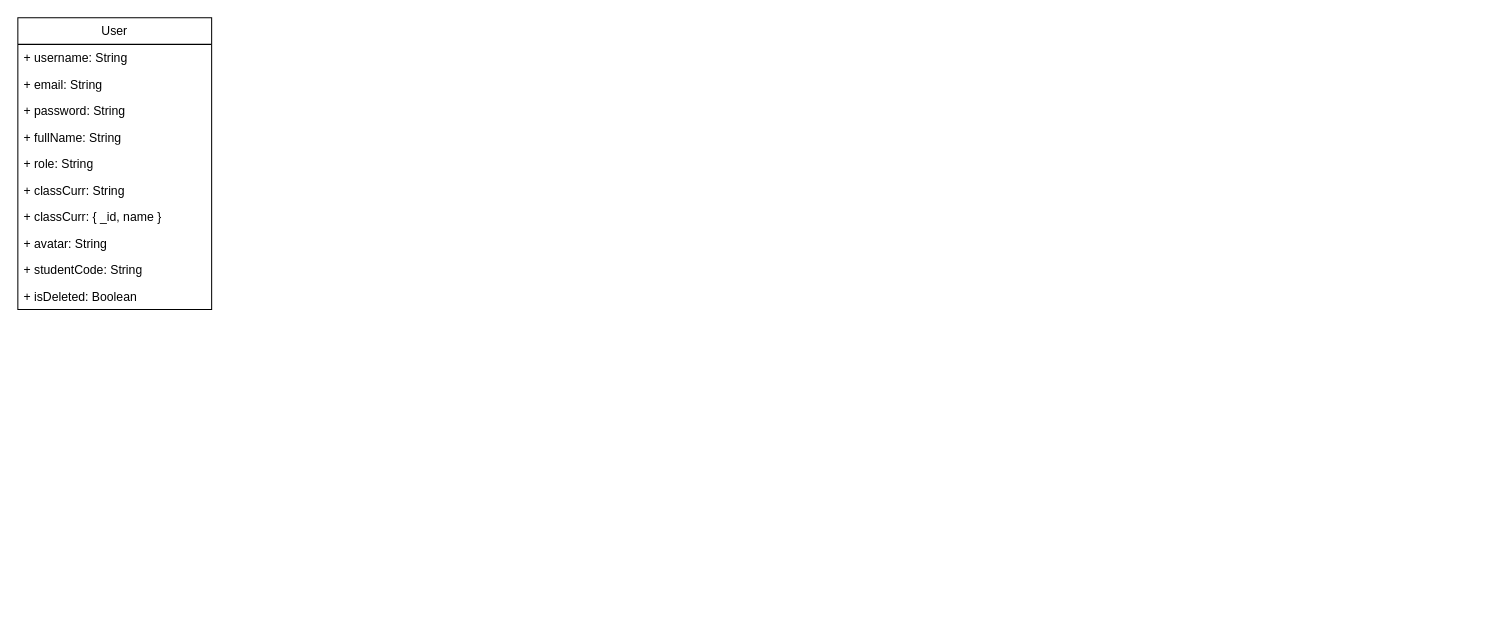
This is vnoi-db-schema.drawio from leho-dev/vnoi-db-schema, a draw.io file, before an edit. Source tidied: cells renumbered, new cells numbered last; positions are measured from the earlier drawing's top-left corner, leaving out a move shared by most shapes. Both pictures are drawn from the tidied source at 102%, with x=0, y=0 at pixel (17, 17).
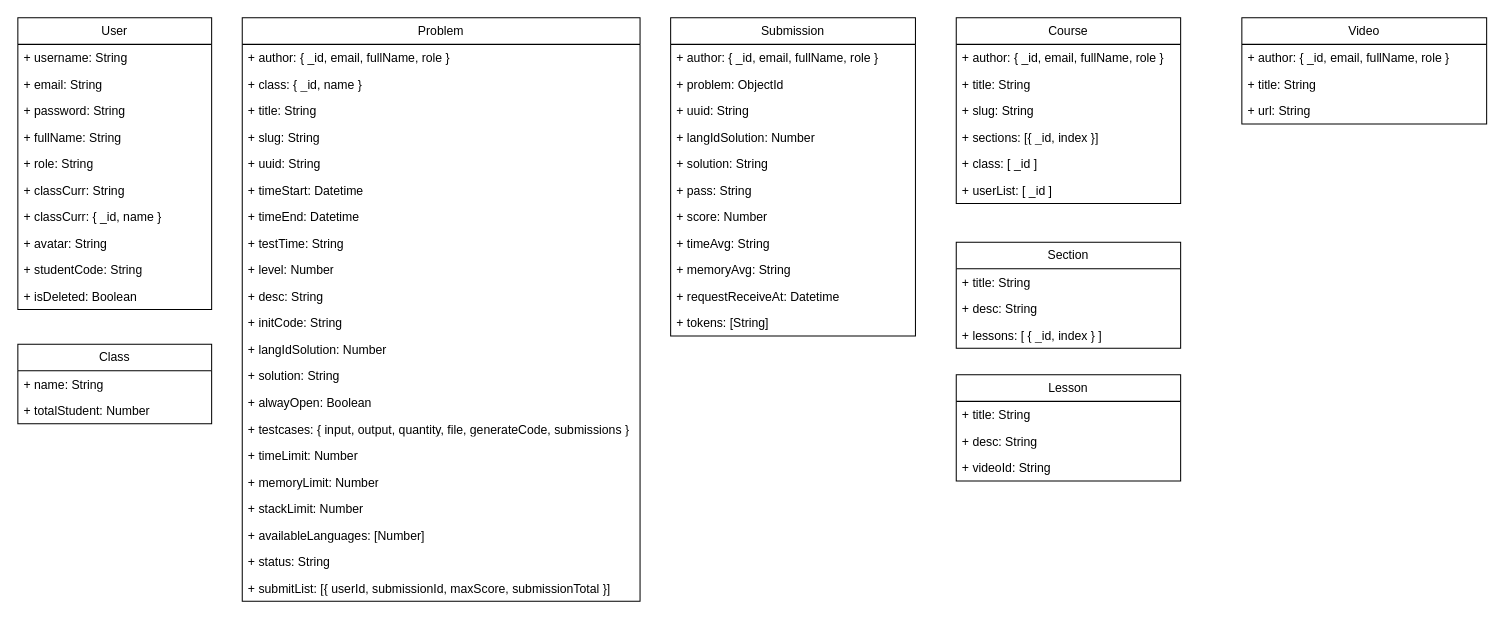
Above is the later version.

Change to the diagram source:
```diff
@@
+    <mxCell id="13" value="Class" style="swimlane;fontStyle=0;horizontal=1;startSize=26;fillColor=none;whiteSpace=wrap;html=1;" parent="1" vertex="1">
+      <mxGeometry y="320" width="190" height="78" as="geometry" />
+    </mxCell>
+    <mxCell id="14" value="+ name: String" style="text;strokeColor=none;fillColor=none;align=left;verticalAlign=top;spacingLeft=4;spacingRight=4;overflow=hidden;whiteSpace=wrap;html=1;" parent="13" vertex="1">
+      <mxGeometry y="26" width="190" height="26" as="geometry" />
+    </mxCell>
+    <mxCell id="15" value="+ totalStudent: Number" style="text;strokeColor=none;fillColor=none;align=left;verticalAlign=top;spacingLeft=4;spacingRight=4;overflow=hidden;whiteSpace=wrap;html=1;" parent="13" vertex="1">
+      <mxGeometry y="52" width="190" height="26" as="geometry" />
+    </mxCell>
+    <mxCell id="16" value="Problem" style="swimlane;fontStyle=0;horizontal=1;startSize=26;fillColor=none;whiteSpace=wrap;html=1;" parent="1" vertex="1">
+      <mxGeometry x="220" width="390" height="572" as="geometry" />
+    </mxCell>
+    <mxCell id="17" value="+ author: { _id, email, fullName, role }" style="text;strokeColor=none;fillColor=none;align=left;verticalAlign=top;spacingLeft=4;spacingRight=4;overflow=hidden;whiteSpace=wrap;html=1;" parent="16" vertex="1">
+      <mxGeometry y="26" width="390" height="26" as="geometry" />
+    </mxCell>
+    <mxCell id="18" value="+ class: { _id, name }" style="text;strokeColor=none;fillColor=none;align=left;verticalAlign=top;spacingLeft=4;spacingRight=4;overflow=hidden;whiteSpace=wrap;html=1;" parent="16" vertex="1">
+      <mxGeometry y="52" width="390" height="26" as="geometry" />
+    </mxCell>
+    <mxCell id="19" value="+ title: String" style="text;strokeColor=none;fillColor=none;align=left;verticalAlign=top;spacingLeft=4;spacingRight=4;overflow=hidden;whiteSpace=wrap;html=1;" parent="16" vertex="1">
+      <mxGeometry y="78" width="390" height="26" as="geometry" />
+    </mxCell>
+    <mxCell id="20" value="+ slug: String" style="text;strokeColor=none;fillColor=none;align=left;verticalAlign=top;spacingLeft=4;spacingRight=4;overflow=hidden;whiteSpace=wrap;html=1;" parent="16" vertex="1">
+      <mxGeometry y="104" width="390" height="26" as="geometry" />
+    </mxCell>
+    <mxCell id="21" value="+ uuid: String" style="text;strokeColor=none;fillColor=none;align=left;verticalAlign=top;spacingLeft=4;spacingRight=4;overflow=hidden;whiteSpace=wrap;html=1;" parent="16" vertex="1">
+      <mxGeometry y="130" width="390" height="26" as="geometry" />
+    </mxCell>
+    <mxCell id="22" value="+ timeStart: Datetime" style="text;strokeColor=none;fillColor=none;align=left;verticalAlign=top;spacingLeft=4;spacingRight=4;overflow=hidden;whiteSpace=wrap;html=1;" parent="16" vertex="1">
+      <mxGeometry y="156" width="390" height="26" as="geometry" />
+    </mxCell>
+    <mxCell id="23" value="+ timeEnd: Datetime" style="text;strokeColor=none;fillColor=none;align=left;verticalAlign=top;spacingLeft=4;spacingRight=4;overflow=hidden;whiteSpace=wrap;html=1;" parent="16" vertex="1">
+      <mxGeometry y="182" width="390" height="26" as="geometry" />
+    </mxCell>
+    <mxCell id="24" value="+ testTime: String" style="text;strokeColor=none;fillColor=none;align=left;verticalAlign=top;spacingLeft=4;spacingRight=4;overflow=hidden;whiteSpace=wrap;html=1;" parent="16" vertex="1">
+      <mxGeometry y="208" width="390" height="26" as="geometry" />
+    </mxCell>
+    <mxCell id="25" value="+ level: Number" style="text;strokeColor=none;fillColor=none;align=left;verticalAlign=top;spacingLeft=4;spacingRight=4;overflow=hidden;whiteSpace=wrap;html=1;" parent="16" vertex="1">
+      <mxGeometry y="234" width="390" height="26" as="geometry" />
+    </mxCell>
+    <mxCell id="26" value="+ desc: String" style="text;strokeColor=none;fillColor=none;align=left;verticalAlign=top;spacingLeft=4;spacingRight=4;overflow=hidden;whiteSpace=wrap;html=1;" parent="16" vertex="1">
+      <mxGeometry y="260" width="390" height="26" as="geometry" />
+    </mxCell>
+    <mxCell id="27" value="+ initCode: String" style="text;strokeColor=none;fillColor=none;align=left;verticalAlign=top;spacingLeft=4;spacingRight=4;overflow=hidden;whiteSpace=wrap;html=1;" parent="16" vertex="1">
+      <mxGeometry y="286" width="390" height="26" as="geometry" />
+    </mxCell>
+    <mxCell id="28" value="+ langIdSolution: Number" style="text;strokeColor=none;fillColor=none;align=left;verticalAlign=top;spacingLeft=4;spacingRight=4;overflow=hidden;whiteSpace=wrap;html=1;" parent="16" vertex="1">
+      <mxGeometry y="312" width="390" height="26" as="geometry" />
+    </mxCell>
+    <mxCell id="29" value="+ solution: String" style="text;strokeColor=none;fillColor=none;align=left;verticalAlign=top;spacingLeft=4;spacingRight=4;overflow=hidden;whiteSpace=wrap;html=1;" parent="16" vertex="1">
+      <mxGeometry y="338" width="390" height="26" as="geometry" />
+    </mxCell>
+    <mxCell id="30" value="+ alwayOpen: Boolean" style="text;strokeColor=none;fillColor=none;align=left;verticalAlign=top;spacingLeft=4;spacingRight=4;overflow=hidden;whiteSpace=wrap;html=1;" parent="16" vertex="1">
+      <mxGeometry y="364" width="390" height="26" as="geometry" />
+    </mxCell>
+    <mxCell id="31" value="+ testcases: { input, output, quantity, file, generateCode, submissions }" style="text;strokeColor=none;fillColor=none;align=left;verticalAlign=top;spacingLeft=4;spacingRight=4;overflow=hidden;whiteSpace=wrap;html=1;" parent="16" vertex="1">
+      <mxGeometry y="390" width="390" height="26" as="geometry" />
+    </mxCell>
+    <mxCell id="32" value="+ timeLimit: Number" style="text;strokeColor=none;fillColor=none;align=left;verticalAlign=top;spacingLeft=4;spacingRight=4;overflow=hidden;whiteSpace=wrap;html=1;" parent="16" vertex="1">
+      <mxGeometry y="416" width="390" height="26" as="geometry" />
+    </mxCell>
+    <mxCell id="33" value="+ memoryLimit: Number" style="text;strokeColor=none;fillColor=none;align=left;verticalAlign=top;spacingLeft=4;spacingRight=4;overflow=hidden;whiteSpace=wrap;html=1;" parent="16" vertex="1">
+      <mxGeometry y="442" width="390" height="26" as="geometry" />
+    </mxCell>
+    <mxCell id="34" value="+ stackLimit: Number" style="text;strokeColor=none;fillColor=none;align=left;verticalAlign=top;spacingLeft=4;spacingRight=4;overflow=hidden;whiteSpace=wrap;html=1;" parent="16" vertex="1">
+      <mxGeometry y="468" width="390" height="26" as="geometry" />
+    </mxCell>
+    <mxCell id="35" value="+ availableLanguages: [Number]" style="text;strokeColor=none;fillColor=none;align=left;verticalAlign=top;spacingLeft=4;spacingRight=4;overflow=hidden;whiteSpace=wrap;html=1;" parent="16" vertex="1">
+      <mxGeometry y="494" width="390" height="26" as="geometry" />
+    </mxCell>
+    <mxCell id="36" value="+ status: String" style="text;strokeColor=none;fillColor=none;align=left;verticalAlign=top;spacingLeft=4;spacingRight=4;overflow=hidden;whiteSpace=wrap;html=1;" parent="16" vertex="1">
+      <mxGeometry y="520" width="390" height="26" as="geometry" />
+    </mxCell>
+    <mxCell id="37" value="+ submitList: [{ userId, submissionId, maxScore, submissionTotal }]" style="text;strokeColor=none;fillColor=none;align=left;verticalAlign=top;spacingLeft=4;spacingRight=4;overflow=hidden;whiteSpace=wrap;html=1;" parent="16" vertex="1">
+      <mxGeometry y="546" width="390" height="26" as="geometry" />
+    </mxCell>
+    <mxCell id="38" value="Submission" style="swimlane;fontStyle=0;horizontal=1;startSize=26;fillColor=none;whiteSpace=wrap;html=1;" parent="1" vertex="1">
+      <mxGeometry x="640" width="240" height="312" as="geometry" />
+    </mxCell>
+    <mxCell id="39" value="+ author: { _id, email, fullName, role }" style="text;strokeColor=none;fillColor=none;align=left;verticalAlign=top;spacingLeft=4;spacingRight=4;overflow=hidden;whiteSpace=wrap;html=1;" parent="38" vertex="1">
+      <mxGeometry y="26" width="240" height="26" as="geometry" />
+    </mxCell>
+    <mxCell id="40" value="+ problem: ObjectId" style="text;strokeColor=none;fillColor=none;align=left;verticalAlign=top;spacingLeft=4;spacingRight=4;overflow=hidden;whiteSpace=wrap;html=1;" parent="38" vertex="1">
+      <mxGeometry y="52" width="240" height="26" as="geometry" />
+    </mxCell>
+    <mxCell id="41" value="+ uuid: String" style="text;strokeColor=none;fillColor=none;align=left;verticalAlign=top;spacingLeft=4;spacingRight=4;overflow=hidden;whiteSpace=wrap;html=1;" parent="38" vertex="1">
+      <mxGeometry y="78" width="240" height="26" as="geometry" />
+    </mxCell>
+    <mxCell id="42" value="+ langIdSolution: Number" style="text;strokeColor=none;fillColor=none;align=left;verticalAlign=top;spacingLeft=4;spacingRight=4;overflow=hidden;whiteSpace=wrap;html=1;" parent="38" vertex="1">
+      <mxGeometry y="104" width="240" height="26" as="geometry" />
+    </mxCell>
+    <mxCell id="43" value="+ solution: String" style="text;strokeColor=none;fillColor=none;align=left;verticalAlign=top;spacingLeft=4;spacingRight=4;overflow=hidden;whiteSpace=wrap;html=1;" parent="38" vertex="1">
+      <mxGeometry y="130" width="240" height="26" as="geometry" />
+    </mxCell>
+    <mxCell id="44" value="+ pass: String" style="text;strokeColor=none;fillColor=none;align=left;verticalAlign=top;spacingLeft=4;spacingRight=4;overflow=hidden;whiteSpace=wrap;html=1;" parent="38" vertex="1">
+      <mxGeometry y="156" width="240" height="26" as="geometry" />
+    </mxCell>
+    <mxCell id="45" value="+ score: Number" style="text;strokeColor=none;fillColor=none;align=left;verticalAlign=top;spacingLeft=4;spacingRight=4;overflow=hidden;whiteSpace=wrap;html=1;" parent="38" vertex="1">
+      <mxGeometry y="182" width="240" height="26" as="geometry" />
+    </mxCell>
+    <mxCell id="46" value="+ timeAvg: String" style="text;strokeColor=none;fillColor=none;align=left;verticalAlign=top;spacingLeft=4;spacingRight=4;overflow=hidden;whiteSpace=wrap;html=1;" parent="38" vertex="1">
+      <mxGeometry y="208" width="240" height="26" as="geometry" />
+    </mxCell>
+    <mxCell id="47" value="+ memoryAvg: String" style="text;strokeColor=none;fillColor=none;align=left;verticalAlign=top;spacingLeft=4;spacingRight=4;overflow=hidden;whiteSpace=wrap;html=1;" parent="38" vertex="1">
+      <mxGeometry y="234" width="240" height="26" as="geometry" />
+    </mxCell>
+    <mxCell id="48" value="+ requestReceiveAt: Datetime" style="text;strokeColor=none;fillColor=none;align=left;verticalAlign=top;spacingLeft=4;spacingRight=4;overflow=hidden;whiteSpace=wrap;html=1;" parent="38" vertex="1">
+      <mxGeometry y="260" width="240" height="26" as="geometry" />
+    </mxCell>
+    <mxCell id="49" value="+ tokens: [String]" style="text;strokeColor=none;fillColor=none;align=left;verticalAlign=top;spacingLeft=4;spacingRight=4;overflow=hidden;whiteSpace=wrap;html=1;" parent="38" vertex="1">
+      <mxGeometry y="286" width="240" height="26" as="geometry" />
+    </mxCell>
+    <mxCell id="50" value="Video" style="swimlane;fontStyle=0;horizontal=1;startSize=26;fillColor=none;whiteSpace=wrap;html=1;" parent="1" vertex="1">
+      <mxGeometry x="1200" width="240" height="104" as="geometry" />
+    </mxCell>
+    <mxCell id="51" value="+ author: { _id, email, fullName, role }" style="text;strokeColor=none;fillColor=none;align=left;verticalAlign=top;spacingLeft=4;spacingRight=4;overflow=hidden;whiteSpace=wrap;html=1;" parent="50" vertex="1">
+      <mxGeometry y="26" width="240" height="26" as="geometry" />
+    </mxCell>
+    <mxCell id="52" value="+ title: String" style="text;strokeColor=none;fillColor=none;align=left;verticalAlign=top;spacingLeft=4;spacingRight=4;overflow=hidden;whiteSpace=wrap;html=1;" parent="50" vertex="1">
+      <mxGeometry y="52" width="240" height="26" as="geometry" />
+    </mxCell>
+    <mxCell id="53" value="+ url: String" style="text;strokeColor=none;fillColor=none;align=left;verticalAlign=top;spacingLeft=4;spacingRight=4;overflow=hidden;whiteSpace=wrap;html=1;" parent="50" vertex="1">
+      <mxGeometry y="78" width="240" height="26" as="geometry" />
+    </mxCell>
+    <mxCell id="54" value="Course" style="swimlane;fontStyle=0;horizontal=1;startSize=26;fillColor=none;whiteSpace=wrap;html=1;" parent="1" vertex="1">
+      <mxGeometry x="920" width="220" height="182" as="geometry" />
+    </mxCell>
+    <mxCell id="55" value="+ author: { _id, email, fullName, role }" style="text;strokeColor=none;fillColor=none;align=left;verticalAlign=top;spacingLeft=4;spacingRight=4;overflow=hidden;whiteSpace=wrap;html=1;" parent="54" vertex="1">
+      <mxGeometry y="26" width="220" height="26" as="geometry" />
+    </mxCell>
+    <mxCell id="56" value="+ title: String" style="text;strokeColor=none;fillColor=none;align=left;verticalAlign=top;spacingLeft=4;spacingRight=4;overflow=hidden;whiteSpace=wrap;html=1;" parent="54" vertex="1">
+      <mxGeometry y="52" width="220" height="26" as="geometry" />
+    </mxCell>
+    <mxCell id="57" value="+ slug: String" style="text;strokeColor=none;fillColor=none;align=left;verticalAlign=top;spacingLeft=4;spacingRight=4;overflow=hidden;whiteSpace=wrap;html=1;" parent="54" vertex="1">
+      <mxGeometry y="78" width="220" height="26" as="geometry" />
+    </mxCell>
+    <mxCell id="58" value="+ sections: [{ _id, index }]" style="text;strokeColor=none;fillColor=none;align=left;verticalAlign=top;spacingLeft=4;spacingRight=4;overflow=hidden;whiteSpace=wrap;html=1;" parent="54" vertex="1">
+      <mxGeometry y="104" width="220" height="26" as="geometry" />
+    </mxCell>
+    <mxCell id="59" value="+ class: [ _id ]" style="text;strokeColor=none;fillColor=none;align=left;verticalAlign=top;spacingLeft=4;spacingRight=4;overflow=hidden;whiteSpace=wrap;html=1;" parent="54" vertex="1">
+      <mxGeometry y="130" width="220" height="26" as="geometry" />
+    </mxCell>
+    <mxCell id="60" value="+ userList: [ _id ]" style="text;strokeColor=none;fillColor=none;align=left;verticalAlign=top;spacingLeft=4;spacingRight=4;overflow=hidden;whiteSpace=wrap;html=1;" parent="54" vertex="1">
+      <mxGeometry y="156" width="220" height="26" as="geometry" />
+    </mxCell>
+    <mxCell id="61" value="Section" style="swimlane;fontStyle=0;horizontal=1;startSize=26;fillColor=none;whiteSpace=wrap;html=1;" parent="1" vertex="1">
+      <mxGeometry x="920" y="220" width="220" height="104" as="geometry" />
+    </mxCell>
+    <mxCell id="62" value="+ title: String" style="text;strokeColor=none;fillColor=none;align=left;verticalAlign=top;spacingLeft=4;spacingRight=4;overflow=hidden;whiteSpace=wrap;html=1;" parent="61" vertex="1">
+      <mxGeometry y="26" width="220" height="26" as="geometry" />
+    </mxCell>
+    <mxCell id="63" value="+ desc: String" style="text;strokeColor=none;fillColor=none;align=left;verticalAlign=top;spacingLeft=4;spacingRight=4;overflow=hidden;whiteSpace=wrap;html=1;" parent="61" vertex="1">
+      <mxGeometry y="52" width="220" height="26" as="geometry" />
+    </mxCell>
+    <mxCell id="64" value="+ lessons: [ { _id, index } ]" style="text;strokeColor=none;fillColor=none;align=left;verticalAlign=top;spacingLeft=4;spacingRight=4;overflow=hidden;whiteSpace=wrap;html=1;" parent="61" vertex="1">
+      <mxGeometry y="78" width="220" height="26" as="geometry" />
+    </mxCell>
+    <mxCell id="65" value="Lesson" style="swimlane;fontStyle=0;horizontal=1;startSize=26;fillColor=none;whiteSpace=wrap;html=1;" parent="1" vertex="1">
+      <mxGeometry x="920" y="350" width="220" height="104" as="geometry" />
+    </mxCell>
+    <mxCell id="66" value="+ title: String" style="text;strokeColor=none;fillColor=none;align=left;verticalAlign=top;spacingLeft=4;spacingRight=4;overflow=hidden;whiteSpace=wrap;html=1;" parent="65" vertex="1">
+      <mxGeometry y="26" width="220" height="26" as="geometry" />
+    </mxCell>
+    <mxCell id="67" value="+ desc: String" style="text;strokeColor=none;fillColor=none;align=left;verticalAlign=top;spacingLeft=4;spacingRight=4;overflow=hidden;whiteSpace=wrap;html=1;" parent="65" vertex="1">
+      <mxGeometry y="52" width="220" height="26" as="geometry" />
+    </mxCell>
+    <mxCell id="68" value="+ videoId: String" style="text;strokeColor=none;fillColor=none;align=left;verticalAlign=top;spacingLeft=4;spacingRight=4;overflow=hidden;whiteSpace=wrap;html=1;" parent="65" vertex="1">
+      <mxGeometry y="78" width="220" height="26" as="geometry" />
+    </mxCell>
```
